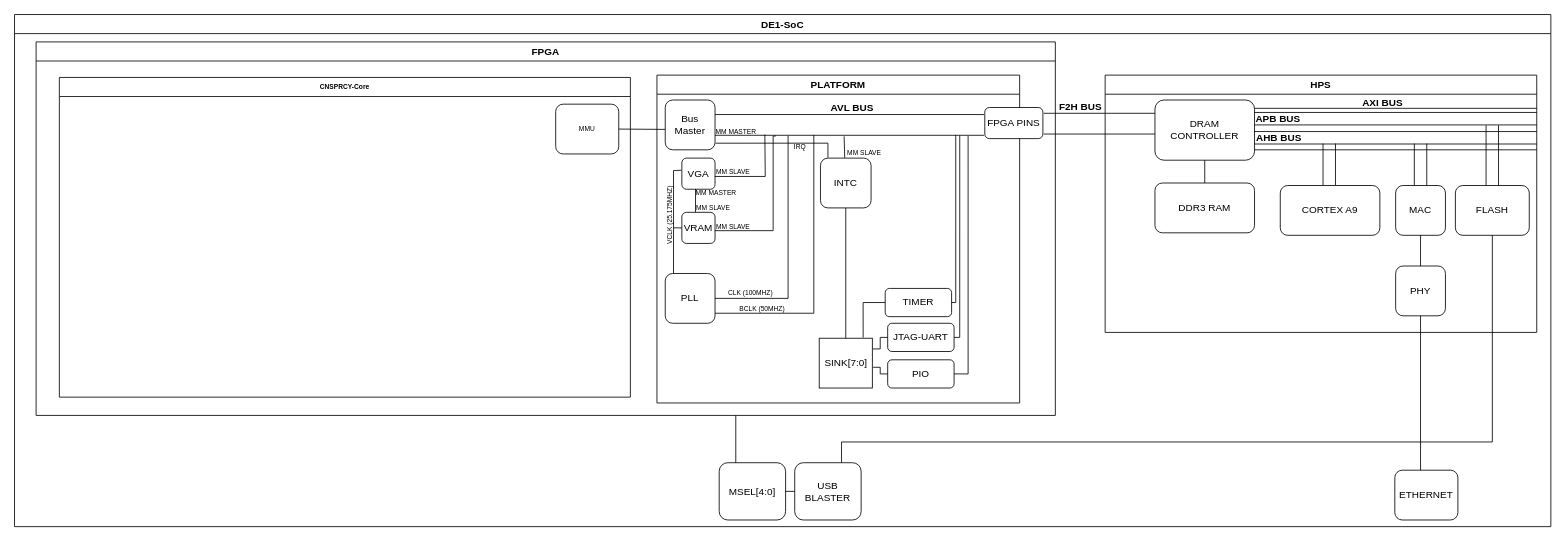
This is doc/block_diagram.drawio from 3442/conspiracion, a draw.io file, before an edit. Source tidied: cells renumbered, new cells numbered last; positions are measured from the earlier drawing's top-left corner, leaving out a move shared by most shapes. Both pictures are drawn from the tidied source at 83%, with x=0, y=0 at pixel (14, 14).
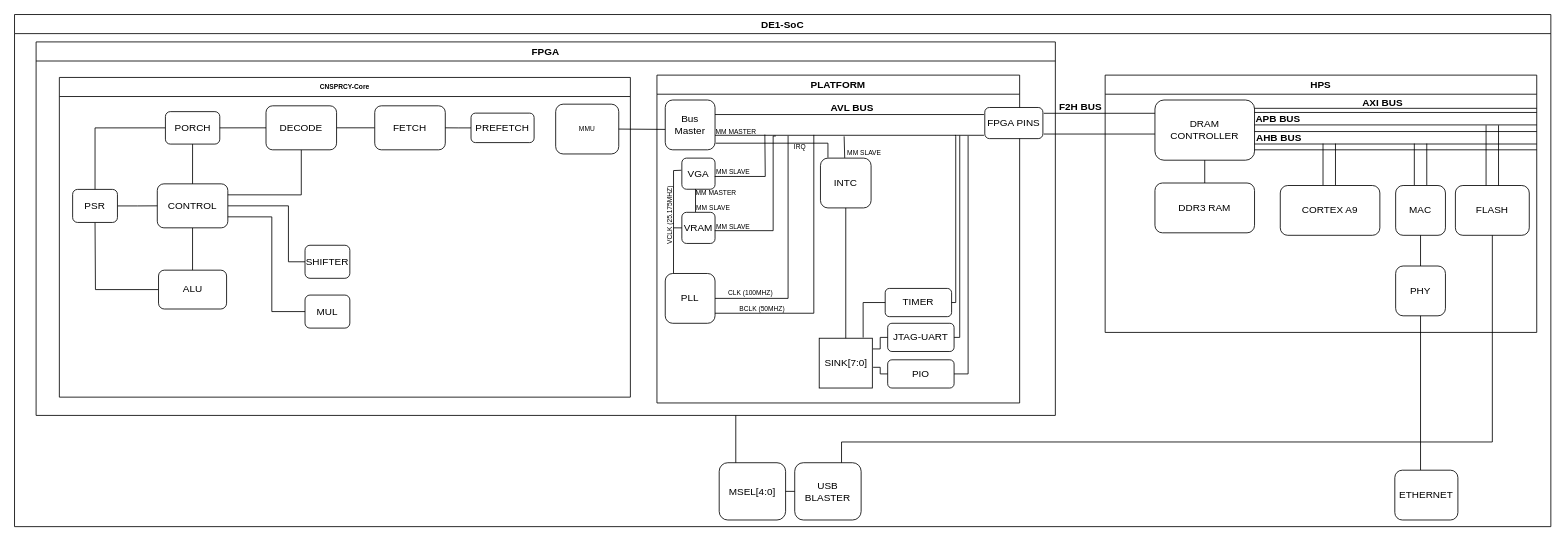
Above is the later version.

Commit message (it also covers changes not shown here):
Añade programa

Unchanged cells that the change refers to:
```xml
<mxCell id="4" value="CNSPRCY-Core" style="swimlane;fontSize=8;fillColor=none;" parent="3" vertex="1">
  <mxGeometry x="28" y="42.8" width="688" height="385.2" as="geometry" />
</mxCell>
```

What changed in the source:
```diff
@@
+    <mxCell id="74" style="edgeStyle=none;html=1;entryX=1;entryY=0.5;entryDx=0;entryDy=0;endArrow=none;endFill=0;" parent="4" edge="1" source="75" target="87">
+      <mxGeometry relative="1" as="geometry" />
+    </mxCell>
+    <mxCell id="75" value="FETCH" style="rounded=1;whiteSpace=wrap;html=1;" parent="4" vertex="1">
+      <mxGeometry x="380" y="34.2" width="85" height="53" as="geometry" />
+    </mxCell>
+    <mxCell id="76" style="edgeStyle=orthogonalEdgeStyle;html=1;entryX=0.5;entryY=0;entryDx=0;entryDy=0;endArrow=none;endFill=0;" parent="4" edge="1" source="78" target="80">
+      <mxGeometry relative="1" as="geometry" />
+    </mxCell>
+    <mxCell id="77" style="edgeStyle=orthogonalEdgeStyle;rounded=0;html=1;entryX=0;entryY=0.5;entryDx=0;entryDy=0;endArrow=none;endFill=0;elbow=vertical;exitX=1;exitY=0.5;exitDx=0;exitDy=0;" parent="4" edge="1" source="78" target="90">
+      <mxGeometry relative="1" as="geometry">
+        <Array as="points">
+          <mxPoint x="276" y="155" />
+          <mxPoint x="276" y="222" />
+        </Array>
+      </mxGeometry>
+    </mxCell>
+    <mxCell id="78" value="CONTROL" style="rounded=1;whiteSpace=wrap;html=1;" parent="4" vertex="1">
+      <mxGeometry x="118" y="128.2" width="85" height="53" as="geometry" />
+    </mxCell>
+    <mxCell id="79" style="edgeStyle=orthogonalEdgeStyle;html=1;entryX=0.5;entryY=1;entryDx=0;entryDy=0;endArrow=none;endFill=0;rounded=0;" parent="4" edge="1" source="80">
+      <mxGeometry relative="1" as="geometry">
+        <mxPoint x="43" y="174.6" as="targetPoint" />
+      </mxGeometry>
+    </mxCell>
+    <mxCell id="80" value="ALU" style="rounded=1;whiteSpace=wrap;html=1;" parent="4" vertex="1">
+      <mxGeometry x="119.5" y="232.2" width="82" height="46.8" as="geometry" />
+    </mxCell>
+    <mxCell id="81" style="edgeStyle=orthogonalEdgeStyle;html=1;entryX=0;entryY=0.5;entryDx=0;entryDy=0;endArrow=none;endFill=0;elbow=vertical;rounded=0;exitX=1;exitY=0.5;exitDx=0;exitDy=0;" parent="4" edge="1" source="83" target="78">
+      <mxGeometry relative="1" as="geometry" />
+    </mxCell>
+    <mxCell id="82" style="edgeStyle=orthogonalEdgeStyle;rounded=0;html=1;exitX=0.5;exitY=0;exitDx=0;exitDy=0;entryX=0;entryY=0.5;entryDx=0;entryDy=0;endArrow=none;endFill=0;elbow=vertical;" parent="4" edge="1" source="83" target="85">
+      <mxGeometry relative="1" as="geometry" />
+    </mxCell>
+    <mxCell id="83" value="PSR" style="rounded=1;whiteSpace=wrap;html=1;" parent="4" vertex="1">
+      <mxGeometry x="16" y="134.9" width="54" height="39.8" as="geometry" />
+    </mxCell>
+    <mxCell id="84" style="edgeStyle=none;html=1;entryX=0.5;entryY=0;entryDx=0;entryDy=0;endArrow=none;endFill=0;" parent="4" edge="1" source="85" target="78">
+      <mxGeometry relative="1" as="geometry" />
+    </mxCell>
+    <mxCell id="85" value="PORCH" style="rounded=1;whiteSpace=wrap;html=1;" parent="4" vertex="1">
+      <mxGeometry x="127.8" y="41.2" width="65.5" height="39.1" as="geometry" />
+    </mxCell>
+    <mxCell id="86" style="edgeStyle=orthogonalEdgeStyle;html=1;exitX=0.5;exitY=1;exitDx=0;exitDy=0;entryX=1;entryY=0.25;entryDx=0;entryDy=0;endArrow=none;endFill=0;rounded=0;" parent="4" edge="1" source="87" target="78">
+      <mxGeometry relative="1" as="geometry">
+        <Array as="points">
+          <mxPoint x="291" y="141" />
+          <mxPoint x="203" y="141" />
+        </Array>
+      </mxGeometry>
+    </mxCell>
+    <mxCell id="87" value="DECODE" style="rounded=1;whiteSpace=wrap;html=1;" parent="4" vertex="1">
+      <mxGeometry x="249" y="34.2" width="85" height="53" as="geometry" />
+    </mxCell>
+    <mxCell id="88" style="edgeStyle=none;html=1;endArrow=none;endFill=0;entryX=1;entryY=0.5;entryDx=0;entryDy=0;" parent="4" edge="1" source="87" target="85">
+      <mxGeometry relative="1" as="geometry" />
+    </mxCell>
+    <mxCell id="89" value="MUL" style="rounded=1;whiteSpace=wrap;html=1;" parent="4" vertex="1">
+      <mxGeometry x="296" y="262.2" width="54" height="39.8" as="geometry" />
+    </mxCell>
+    <mxCell id="90" value="SHIFTER" style="rounded=1;whiteSpace=wrap;html=1;" parent="4" vertex="1">
+      <mxGeometry x="296" y="202.2" width="54" height="39.8" as="geometry" />
+    </mxCell>
+    <mxCell id="91" style="edgeStyle=orthogonalEdgeStyle;rounded=0;html=1;endArrow=none;endFill=0;elbow=vertical;entryX=1;entryY=0.75;entryDx=0;entryDy=0;" parent="4" edge="1" source="89" target="78">
+      <mxGeometry relative="1" as="geometry">
+        <Array as="points">
+          <mxPoint x="256" y="282" />
+          <mxPoint x="256" y="168" />
+        </Array>
+      </mxGeometry>
+    </mxCell>
+    <mxCell id="92" style="edgeStyle=orthogonalEdgeStyle;rounded=0;html=1;entryX=1;entryY=0.5;entryDx=0;entryDy=0;endArrow=none;endFill=0;elbow=vertical;" parent="4" edge="1" source="93" target="75">
+      <mxGeometry relative="1" as="geometry" />
+    </mxCell>
+    <mxCell id="93" value="PREFETCH" style="rounded=1;whiteSpace=wrap;html=1;" parent="4" vertex="1">
+      <mxGeometry x="496" y="43" width="76" height="35.5" as="geometry" />
+    </mxCell>
```
